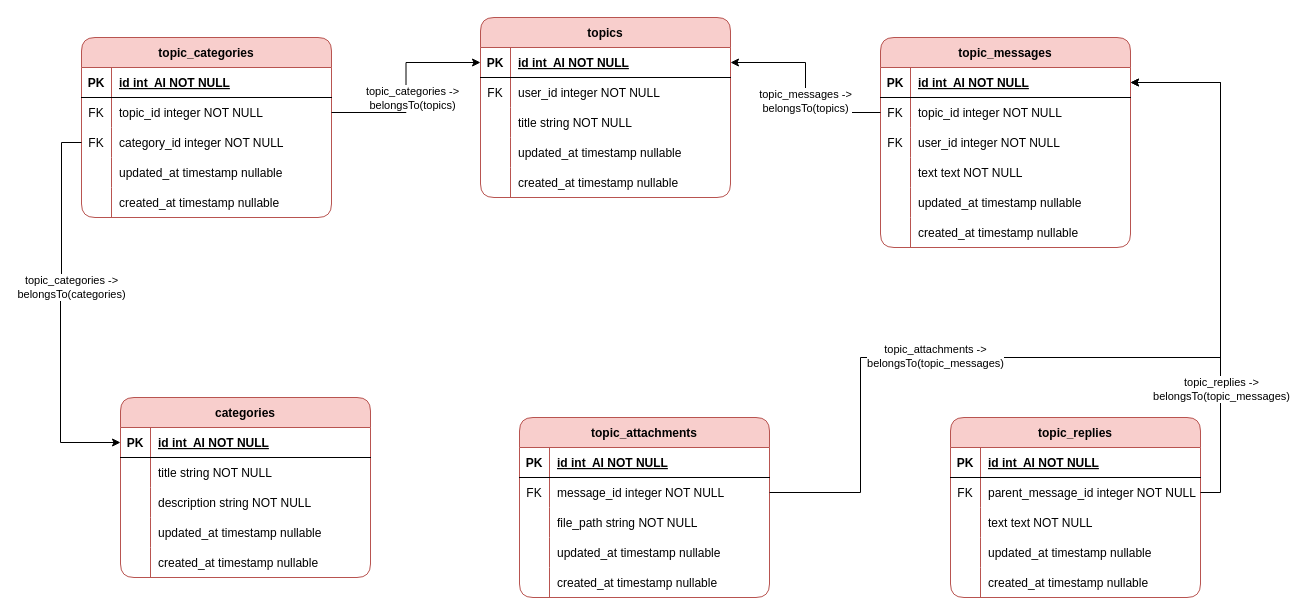
This is page "Community" (5 of 9) of devStorage/DatabaseModel.drawio from AndrewVozniak/WorldPath, a draw.io file, before an edit. Source tidied: cells renumbered, new cells numbered last; positions are measured from the earlier drawing's top-left corner, leaving out a move shared by most shapes. Both pictures are drawn from the tidied source at 100%, with x=0, y=0 at pixel (60, 17).
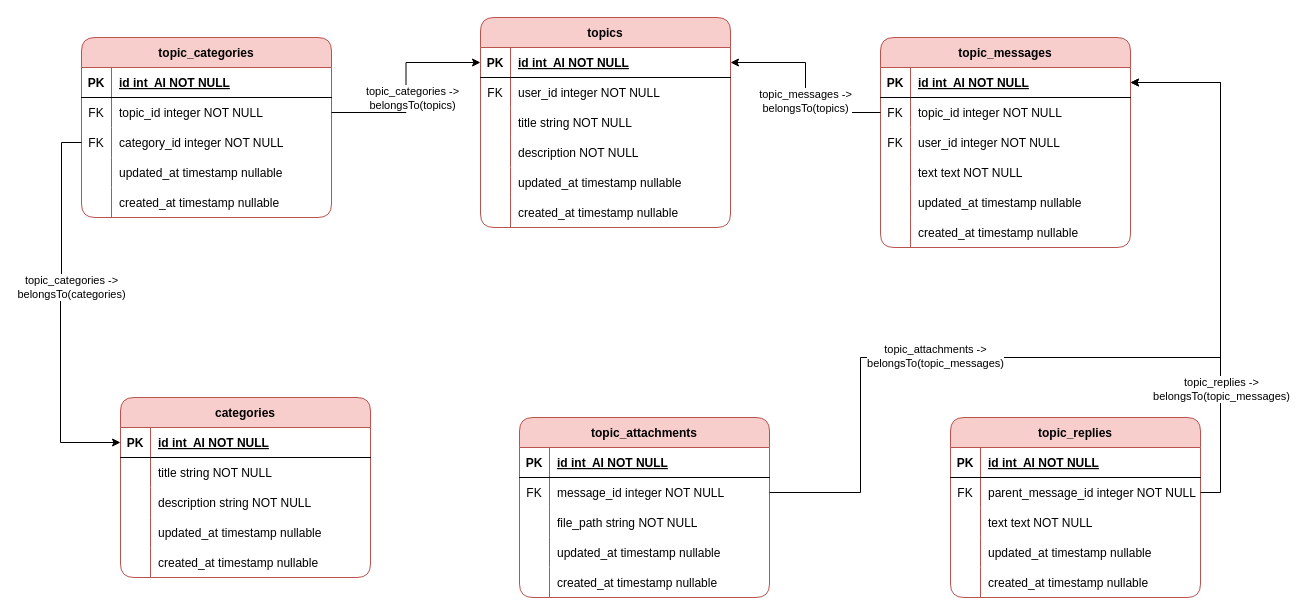
After the change.

What changed in the source:
```diff
@@
     <mxCell id="2" value="topics" style="shape=table;startSize=30;childLayout=tableLayout;rowLines=0;fontStyle=1;align=center;fillColor=#f8cecc;strokeColor=#b85450;rounded=1;" parent="1" vertex="1">
-      <mxGeometry x="420" width="250" height="180" as="geometry" />
+      <mxGeometry x="420" width="250" height="210" as="geometry" />
     </mxCell>
@@
+    <mxCell id="111" style="shape=partialRectangle;fillColor=none;top=0;left=0;right=0;bottom=0;" parent="2" vertex="1">
+      <mxGeometry y="120" width="250" height="30" as="geometry" />
+    </mxCell>
+    <mxCell id="112" style="shape=partialRectangle;overflow=hidden;fillColor=none;top=0;left=0;bottom=0;right=0;" parent="111" vertex="1">
+      <mxGeometry width="30" height="30" as="geometry" />
+    </mxCell>
+    <mxCell id="113" value="description NOT NULL" style="shape=partialRectangle;overflow=hidden;fillColor=none;top=0;left=0;bottom=0;right=0;align=left;spacingLeft=6;" parent="111" vertex="1">
+      <mxGeometry x="30" width="220" height="30" as="geometry" />
+    </mxCell>
     <mxCell id="12" style="shape=partialRectangle;fillColor=none;top=0;left=0;right=0;bottom=0;" parent="2" vertex="1">
-      <mxGeometry y="120" width="250" height="30" as="geometry" />
+      <mxGeometry y="150" width="250" height="30" as="geometry" />
     </mxCell>
@@
     <mxCell id="15" style="shape=partialRectangle;fillColor=none;top=0;left=0;right=0;bottom=0;" parent="2" vertex="1">
-      <mxGeometry y="150" width="250" height="30" as="geometry" />
+      <mxGeometry y="180" width="250" height="30" as="geometry" />
     </mxCell>
```
